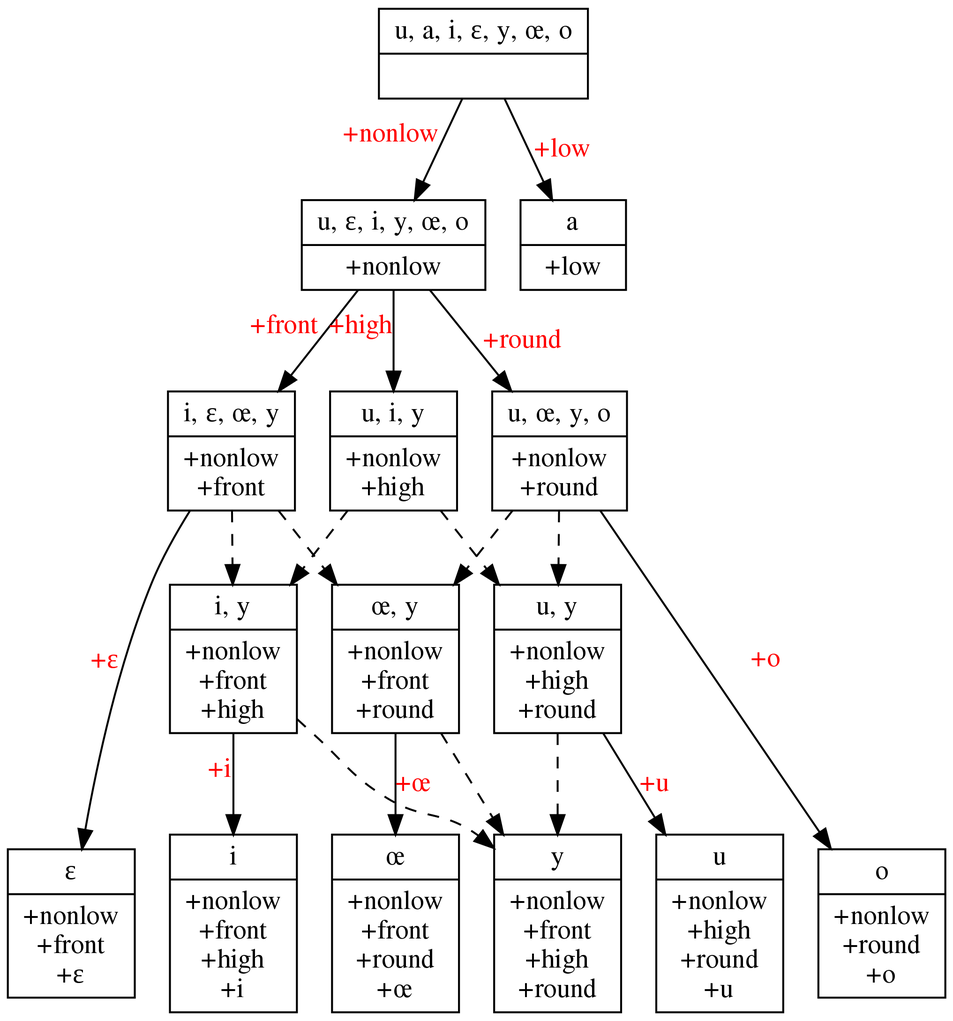
This is squib/diagrams/vowel_inventory_privative.png from rdaland/Pheatures, a Graphviz export, as it was before one commit. Its source is kept beside it as squib/diagrams/vowel_inventory_privative.gv.
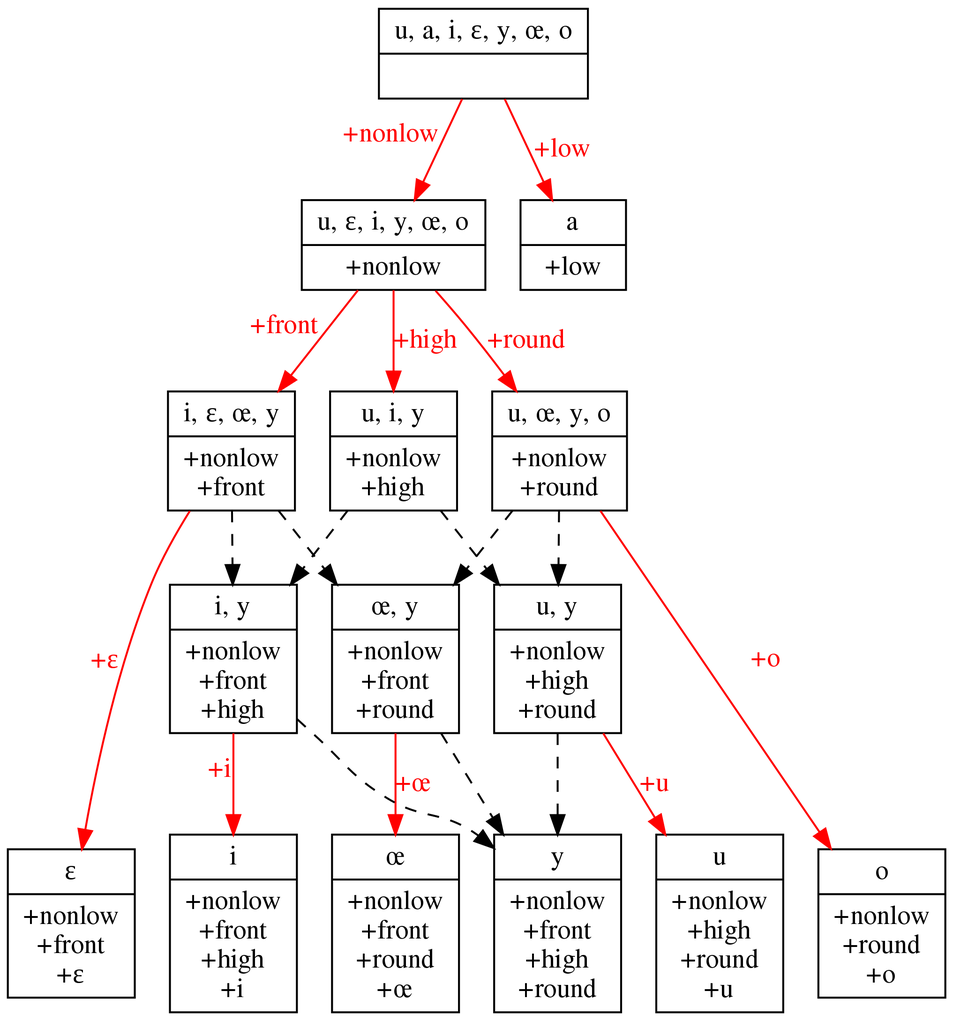
The same diagram one commit later.

Diff of the diagram source:
```diff
@@ -16,20 +16,20 @@
 	13 [label="{<segs> i, y |<feats> +nonlow\n+front\n+high }",shape=record]
 	14 [label="{<segs> u, y |<feats> +nonlow\n+high\n+round }",shape=record]
 
-	0 -> 1 [xlabel="+nonlow",fontcolor=red]
-	0 -> 11 [label="+low",fontcolor=red]
-	1 -> 2 [xlabel="+front",fontcolor=red]
-	1 -> 3 [label="+round",fontcolor=red]
-	1 -> 4 [xlabel="+high",fontcolor=red]
+	0 -> 1 [xlabel="+nonlow",fontcolor=red,color=red]
+	0 -> 11 [label="+low",fontcolor=red,color=red]
+	1 -> 2 [xlabel="+front",fontcolor=red,color=red]
+	1 -> 3 [label="+round",fontcolor=red,color=red]
+	1 -> 4 [label="+high",fontcolor=red,color=red]
 	{2 3} -> 12 [style=dashed]
 	{3 4} -> 14 [style=dashed]
 	{2 4} -> 13 [style=dashed]
-	2 -> 8 [xlabel="+ɛ",fontcolor=red]
-	3 -> 10[label="+o",fontcolor=red]
+	2 -> 8 [xlabel="+ɛ",fontcolor=red,color=red]
+	3 -> 10[label="+o",fontcolor=red,color=red]
 	{12 13 14} -> 6 [style=dashed]
-	12 -> 9 [label="+œ",fontcolor=red]
-	13 -> 5 [xlabel="+i",fontcolor=red]
-	14 -> 7 [label="+u",fontcolor=red]
+	12 -> 9 [label="+œ",fontcolor=red,color=red]
+	13 -> 5 [xlabel="+i",fontcolor=red,color=red]
+	14 -> 7 [label="+u",fontcolor=red,color=red]
 {rank=same; 5 6 7 8 9 10}
 {rank=same; 1 11}
 }
```
